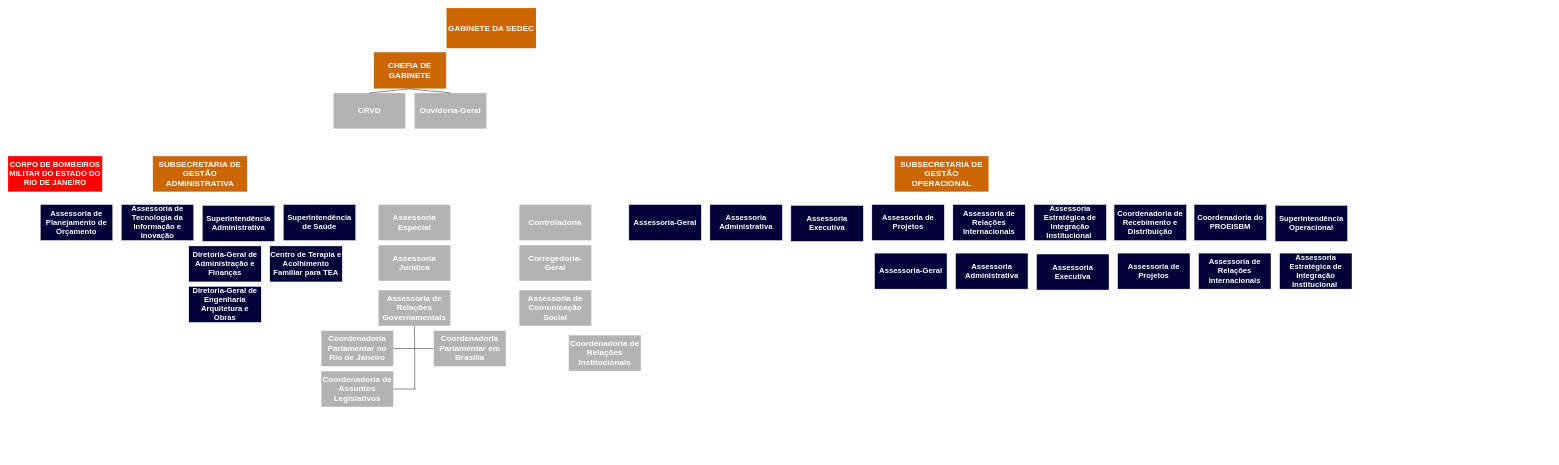
Above: Diagrama sem nome.drawio in davidmsvc/pedal_arte (draw.io), before the change. Source tidied: cells renumbered, new cells numbered last; positions are measured from the earlier drawing's top-left corner, leaving out a move shared by most shapes. Both pictures are drawn from the tidied source at 45%, with x=0, y=0 at pixel (8, 8).
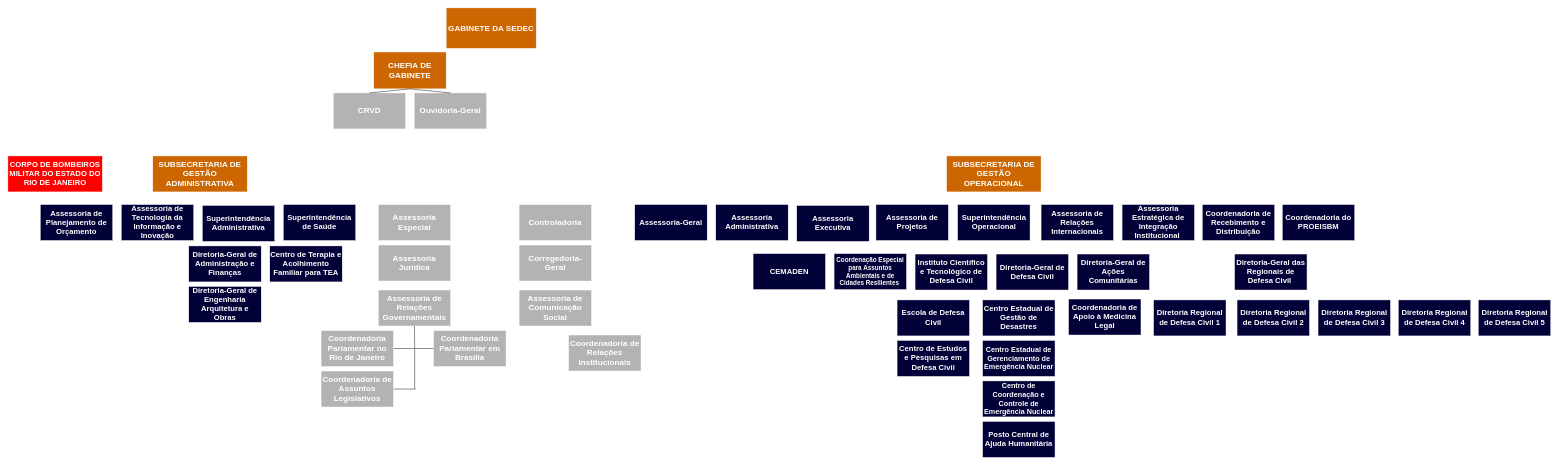
Above is the later version.

Change to the diagram source:
```diff
@@
     <mxCell id="17" value="&lt;font color=&quot;#ffffff&quot;&gt;&lt;span style=&quot;font-size: 18px;&quot;&gt;&lt;b&gt;SUBSECRETARIA DE GESTÃO OPERACIONAL&lt;/b&gt;&lt;/span&gt;&lt;/font&gt;" style="rounded=0;whiteSpace=wrap;html=1;fillColor=#CC6600;strokeColor=#FFFFFF;" parent="1" vertex="1">
-      <mxGeometry x="1970" y="329" width="210" height="80" as="geometry" />
+      <mxGeometry x="2086" y="329" width="210" height="80" as="geometry" />
     </mxCell>
@@
     <mxCell id="32" value="&lt;font style=&quot;font-size: 17px;&quot; color=&quot;#ffffff&quot;&gt;&lt;b style=&quot;&quot;&gt;Assessoria Administrativa&lt;/b&gt;&lt;/font&gt;" style="rounded=0;whiteSpace=wrap;html=1;fillColor=light-dark(#010137, #dadaff);strokeColor=#FFFFFF;" parent="1" vertex="1">
-      <mxGeometry x="1560" y="437" width="161" height="80" as="geometry" />
+      <mxGeometry x="1573" y="437" width="161" height="80" as="geometry" />
     </mxCell>
     <mxCell id="33" value="&lt;font style=&quot;font-size: 17px;&quot; color=&quot;#ffffff&quot;&gt;&lt;b style=&quot;&quot;&gt;Assessoria-Geral&lt;/b&gt;&lt;/font&gt;" style="rounded=0;whiteSpace=wrap;html=1;fillColor=light-dark(#010137,#DADAFF);strokeColor=#FFFFFF;" parent="1" vertex="1">
-      <mxGeometry x="1380" y="437" width="161" height="80" as="geometry" />
+      <mxGeometry x="1393" y="437" width="161" height="80" as="geometry" />
     </mxCell>
     <mxCell id="34" value="&lt;font color=&quot;#ffffff&quot;&gt;&lt;span style=&quot;font-size: 17px;&quot;&gt;&lt;b&gt;Assessoria de Projetos&lt;/b&gt;&lt;/span&gt;&lt;/font&gt;" style="rounded=0;whiteSpace=wrap;html=1;fillColor=light-dark(#010137, #dadaff);strokeColor=#FFFFFF;" parent="1" vertex="1">
-      <mxGeometry x="1920" y="437" width="161" height="80" as="geometry" />
+      <mxGeometry x="1929" y="437" width="161" height="80" as="geometry" />
     </mxCell>
     <mxCell id="35" value="&lt;font color=&quot;#ffffff&quot;&gt;&lt;span style=&quot;font-size: 17px;&quot;&gt;&lt;b&gt;Assessoria de Relações Internacionais&lt;/b&gt;&lt;/span&gt;&lt;/font&gt;" style="rounded=0;whiteSpace=wrap;html=1;fillColor=light-dark(#010137, #dadaff);strokeColor=#FFFFFF;" parent="1" vertex="1">
-      <mxGeometry x="2100" y="437" width="161" height="80" as="geometry" />
+      <mxGeometry x="2296" y="437" width="161" height="80" as="geometry" />
     </mxCell>
     <mxCell id="36" value="&lt;font color=&quot;#ffffff&quot;&gt;&lt;span style=&quot;font-size: 17px;&quot;&gt;&lt;b&gt;Assessoria Estratégica de Integração Institucional&amp;nbsp;&lt;/b&gt;&lt;/span&gt;&lt;/font&gt;" style="rounded=0;whiteSpace=wrap;html=1;fillColor=light-dark(#010137, #dadaff);strokeColor=#FFFFFF;" parent="1" vertex="1">
-      <mxGeometry x="2280" y="437" width="161" height="80" as="geometry" />
+      <mxGeometry x="2476" y="437" width="161" height="80" as="geometry" />
     </mxCell>
     <mxCell id="37" value="&lt;font style=&quot;font-size: 17px;&quot; color=&quot;#ffffff&quot;&gt;&lt;b style=&quot;&quot;&gt;Assessoria Executiva&lt;/b&gt;&lt;/font&gt;" style="rounded=0;whiteSpace=wrap;html=1;fillColor=light-dark(#010137, #dadaff);strokeColor=#FFFFFF;" parent="1" vertex="1">
-      <mxGeometry x="1740" y="439" width="161" height="80" as="geometry" />
+      <mxGeometry x="1753" y="439" width="161" height="80" as="geometry" />
     </mxCell>
     <mxCell id="38" value="&lt;font color=&quot;#ffffff&quot;&gt;&lt;span style=&quot;font-size: 17px;&quot;&gt;&lt;b&gt;Coordenadoria de Recebimento e Distribuição&lt;/b&gt;&lt;/span&gt;&lt;/font&gt;" style="rounded=0;whiteSpace=wrap;html=1;fillColor=light-dark(#010137, #dadaff);strokeColor=#FFFFFF;" parent="1" vertex="1">
-      <mxGeometry x="2458.2" y="437" width="161" height="80" as="geometry" />
+      <mxGeometry x="2654.2" y="437" width="161" height="80" as="geometry" />
     </mxCell>
     <mxCell id="39" value="&lt;font color=&quot;#ffffff&quot;&gt;&lt;span style=&quot;font-size: 17px;&quot;&gt;&lt;b&gt;Coordenadoria do PROEISBM&lt;/b&gt;&lt;/span&gt;&lt;/font&gt;" style="rounded=0;whiteSpace=wrap;html=1;fillColor=light-dark(#010137, #dadaff);strokeColor=#FFFFFF;" parent="1" vertex="1">
-      <mxGeometry x="2636" y="437" width="161" height="80" as="geometry" />
+      <mxGeometry x="2832" y="437" width="161" height="80" as="geometry" />
     </mxCell>
     <mxCell id="40" value="&lt;font color=&quot;#ffffff&quot;&gt;&lt;span style=&quot;font-size: 17px;&quot;&gt;&lt;b&gt;Superintendência Operacional&lt;/b&gt;&lt;/span&gt;&lt;/font&gt;" style="rounded=0;whiteSpace=wrap;html=1;fillColor=light-dark(#010137, #dadaff);strokeColor=#FFFFFF;" parent="1" vertex="1">
-      <mxGeometry x="2816" y="439" width="161" height="80" as="geometry" />
+      <mxGeometry x="2110.5" y="437" width="161" height="80" as="geometry" />
     </mxCell>
-    <mxCell id="41" value="&lt;font style=&quot;font-size: 17px;&quot; color=&quot;#ffffff&quot;&gt;&lt;b style=&quot;&quot;&gt;Assessoria Administrativa&lt;/b&gt;&lt;/font&gt;" style="rounded=0;whiteSpace=wrap;html=1;fillColor=light-dark(#010137, #dadaff);strokeColor=#FFFFFF;" parent="1" vertex="1">
-      <mxGeometry x="2106" y="545" width="161" height="80" as="geometry" />
+    <mxCell id="41" value="&lt;font color=&quot;#ffffff&quot;&gt;&lt;span&gt;&lt;b&gt;Coordenação Especial para Assuntos Ambientais e de Cidades Resilientes&amp;nbsp;&lt;/b&gt;&lt;/span&gt;&lt;/font&gt;" style="rounded=0;whiteSpace=wrap;html=1;fillColor=light-dark(#010137, #dadaff);strokeColor=#FFFFFF;fontSize=14;" parent="1" vertex="1">
+      <mxGeometry x="1836" y="546" width="161" height="80" as="geometry" />
     </mxCell>
-    <mxCell id="42" value="&lt;font style=&quot;font-size: 17px;&quot; color=&quot;#ffffff&quot;&gt;&lt;b style=&quot;&quot;&gt;Assessoria-Geral&lt;/b&gt;&lt;/font&gt;" style="rounded=0;whiteSpace=wrap;html=1;fillColor=light-dark(#010137,#DADAFF);strokeColor=#FFFFFF;" parent="1" vertex="1">
-      <mxGeometry x="1926" y="545" width="161" height="80" as="geometry" />
+    <mxCell id="42" value="&lt;font style=&quot;font-size: 17px;&quot; color=&quot;#ffffff&quot;&gt;&lt;b style=&quot;&quot;&gt;CEMADEN&lt;/b&gt;&lt;/font&gt;" style="rounded=0;whiteSpace=wrap;html=1;fillColor=light-dark(#010137,#DADAFF);strokeColor=#FFFFFF;" parent="1" vertex="1">
+      <mxGeometry x="1656" y="546" width="161" height="80" as="geometry" />
     </mxCell>
-    <mxCell id="43" value="&lt;font color=&quot;#ffffff&quot;&gt;&lt;span style=&quot;font-size: 17px;&quot;&gt;&lt;b&gt;Assessoria de Projetos&lt;/b&gt;&lt;/span&gt;&lt;/font&gt;" style="rounded=0;whiteSpace=wrap;html=1;fillColor=light-dark(#010137, #dadaff);strokeColor=#FFFFFF;" parent="1" vertex="1">
-      <mxGeometry x="2466" y="545" width="161" height="80" as="geometry" />
+    <mxCell id="43" value="&lt;font color=&quot;#ffffff&quot;&gt;&lt;span style=&quot;font-size: 17px;&quot;&gt;&lt;b&gt;Diretoria-Geral de Defesa Civil&lt;/b&gt;&lt;/span&gt;&lt;/font&gt;" style="rounded=0;whiteSpace=wrap;html=1;fillColor=light-dark(#010137, #dadaff);strokeColor=#FFFFFF;" parent="1" vertex="1">
+      <mxGeometry x="2196" y="547" width="161" height="80" as="geometry" />
     </mxCell>
-    <mxCell id="44" value="&lt;font color=&quot;#ffffff&quot;&gt;&lt;span style=&quot;font-size: 17px;&quot;&gt;&lt;b&gt;Assessoria de Relações Internacionais&lt;/b&gt;&lt;/span&gt;&lt;/font&gt;" style="rounded=0;whiteSpace=wrap;html=1;fillColor=light-dark(#010137, #dadaff);strokeColor=#FFFFFF;" parent="1" vertex="1">
-      <mxGeometry x="2646" y="545" width="161" height="80" as="geometry" />
+    <mxCell id="44" value="&lt;font color=&quot;#ffffff&quot;&gt;&lt;span style=&quot;font-size: 17px;&quot;&gt;&lt;b&gt;Diretoria-Geral de Ações Comunitárias&lt;/b&gt;&lt;/span&gt;&lt;/font&gt;" style="rounded=0;whiteSpace=wrap;html=1;fillColor=light-dark(#010137, #dadaff);strokeColor=#FFFFFF;" parent="1" vertex="1">
+      <mxGeometry x="2376" y="547" width="161" height="80" as="geometry" />
     </mxCell>
-    <mxCell id="45" value="&lt;font color=&quot;#ffffff&quot;&gt;&lt;span style=&quot;font-size: 17px;&quot;&gt;&lt;b&gt;Assessoria Estratégica de Integração Institucional&amp;nbsp;&lt;/b&gt;&lt;/span&gt;&lt;/font&gt;" style="rounded=0;whiteSpace=wrap;html=1;fillColor=light-dark(#010137, #dadaff);strokeColor=#FFFFFF;" parent="1" vertex="1">
-      <mxGeometry x="2826" y="545" width="161" height="80" as="geometry" />
+    <mxCell id="45" value="&lt;font color=&quot;#ffffff&quot;&gt;&lt;span style=&quot;font-size: 17px;&quot;&gt;&lt;b&gt;Diretoria-Geral das Regionais de Defesa Civil&amp;nbsp;&lt;/b&gt;&lt;/span&gt;&lt;/font&gt;" style="rounded=0;whiteSpace=wrap;html=1;fillColor=light-dark(#010137, #dadaff);strokeColor=#FFFFFF;" parent="1" vertex="1">
+      <mxGeometry x="2726" y="547" width="161" height="80" as="geometry" />
     </mxCell>
-    <mxCell id="46" value="&lt;font style=&quot;font-size: 17px;&quot; color=&quot;#ffffff&quot;&gt;&lt;b style=&quot;&quot;&gt;Assessoria Executiva&lt;/b&gt;&lt;/font&gt;" style="rounded=0;whiteSpace=wrap;html=1;fillColor=light-dark(#010137, #dadaff);strokeColor=#FFFFFF;" parent="1" vertex="1">
-      <mxGeometry x="2286" y="547" width="161" height="80" as="geometry" />
+    <mxCell id="46" value="&lt;font style=&quot;font-size: 17px;&quot; color=&quot;#ffffff&quot;&gt;&lt;b style=&quot;&quot;&gt;Instituto Científico e Tecnológico de Defesa Civil&lt;/b&gt;&lt;/font&gt;" style="rounded=0;whiteSpace=wrap;html=1;fillColor=light-dark(#010137, #dadaff);strokeColor=#FFFFFF;" parent="1" vertex="1">
+      <mxGeometry x="2016" y="547" width="161" height="80" as="geometry" />
     </mxCell>
+    <mxCell id="47" value="&lt;font style=&quot;font-size: 17px;&quot; color=&quot;#ffffff&quot;&gt;&lt;b style=&quot;&quot;&gt;Escola de Defesa Civil&lt;/b&gt;&lt;/font&gt;" style="rounded=0;whiteSpace=wrap;html=1;fillColor=light-dark(#010137,#DADAFF);strokeColor=#FFFFFF;" parent="1" vertex="1">
+      <mxGeometry x="1976" y="649" width="161" height="80" as="geometry" />
+    </mxCell>
+    <mxCell id="48" value="&lt;font style=&quot;font-size: 17px;&quot; color=&quot;#ffffff&quot;&gt;&lt;b style=&quot;&quot;&gt;Centro de Estudos e Pesquisas em Defesa Civil&lt;/b&gt;&lt;/font&gt;" style="rounded=0;whiteSpace=wrap;html=1;fillColor=light-dark(#010137,#DADAFF);strokeColor=#FFFFFF;" parent="1" vertex="1">
+      <mxGeometry x="1976" y="739" width="161" height="80" as="geometry" />
+    </mxCell>
+    <mxCell id="49" value="&lt;font style=&quot;font-size: 17px;&quot; color=&quot;#ffffff&quot;&gt;&lt;b style=&quot;&quot;&gt;Centro Estadual de Gestão de Desastres&lt;/b&gt;&lt;/font&gt;" style="rounded=0;whiteSpace=wrap;html=1;fillColor=light-dark(#010137,#DADAFF);strokeColor=#FFFFFF;" parent="1" vertex="1">
+      <mxGeometry x="2166" y="649" width="161" height="80" as="geometry" />
+    </mxCell>
+    <mxCell id="50" value="&lt;font color=&quot;#ffffff&quot;&gt;&lt;b&gt;Centro Estadual de Gerenciamento de Emergência Nuclear&lt;/b&gt;&lt;/font&gt;" style="rounded=0;whiteSpace=wrap;html=1;fillColor=light-dark(#010137,#DADAFF);strokeColor=#FFFFFF;fontSize=16;" parent="1" vertex="1">
+      <mxGeometry x="2166" y="739" width="161" height="80" as="geometry" />
+    </mxCell>
+    <mxCell id="51" value="&lt;font color=&quot;#ffffff&quot;&gt;&lt;b&gt;Centro de Coordenação e Controle de Emergência Nuclear&lt;/b&gt;&lt;/font&gt;" style="rounded=0;whiteSpace=wrap;html=1;fillColor=light-dark(#010137,#DADAFF);strokeColor=#FFFFFF;fontSize=16;" parent="1" vertex="1">
+      <mxGeometry x="2166" y="829" width="161" height="80" as="geometry" />
+    </mxCell>
+    <mxCell id="52" value="&lt;font style=&quot;font-size: 17px;&quot; color=&quot;#ffffff&quot;&gt;&lt;b style=&quot;&quot;&gt;Posto Central de Ajuda Humanitária&lt;/b&gt;&lt;/font&gt;" style="rounded=0;whiteSpace=wrap;html=1;fillColor=light-dark(#010137,#DADAFF);strokeColor=#FFFFFF;" parent="1" vertex="1">
+      <mxGeometry x="2166" y="919" width="161" height="80" as="geometry" />
+    </mxCell>
+    <mxCell id="53" value="&lt;font style=&quot;font-size: 17px;&quot; color=&quot;#ffffff&quot;&gt;&lt;b style=&quot;&quot;&gt;Coordenadoria de Apoio à Medicina Legal&lt;/b&gt;&lt;/font&gt;" style="rounded=0;whiteSpace=wrap;html=1;fillColor=light-dark(#010137,#DADAFF);strokeColor=#FFFFFF;" parent="1" vertex="1">
+      <mxGeometry x="2357" y="647" width="161" height="80" as="geometry" />
+    </mxCell>
+    <mxCell id="54" value="&lt;b style=&quot;color: rgb(255, 255, 255); font-size: 17px;&quot;&gt;Diretoria Regional de Defesa Civil 2&lt;/b&gt;" style="rounded=0;whiteSpace=wrap;html=1;fillColor=light-dark(#010137, #dadaff);strokeColor=#FFFFFF;" parent="1" vertex="1">
+      <mxGeometry x="2731.5" y="649" width="161" height="80" as="geometry" />
+    </mxCell>
+    <mxCell id="55" value="&lt;b style=&quot;color: rgb(255, 255, 255); font-size: 17px;&quot;&gt;Diretoria Regional de Defesa Civil 3&lt;/b&gt;" style="rounded=0;whiteSpace=wrap;html=1;fillColor=light-dark(#010137, #dadaff);strokeColor=#FFFFFF;" parent="1" vertex="1">
+      <mxGeometry x="2911.5" y="649" width="161" height="80" as="geometry" />
+    </mxCell>
+    <mxCell id="56" value="&lt;b style=&quot;color: rgb(255, 255, 255); font-size: 17px;&quot;&gt;Diretoria Regional de Defesa Civil 4&lt;/b&gt;" style="rounded=0;whiteSpace=wrap;html=1;fillColor=light-dark(#010137, #dadaff);strokeColor=#FFFFFF;" parent="1" vertex="1">
+      <mxGeometry x="3089.8" y="649" width="161" height="80" as="geometry" />
+    </mxCell>
+    <mxCell id="57" value="&lt;b style=&quot;color: rgb(255, 255, 255); font-size: 17px;&quot;&gt;Diretoria Regional de Defesa Civil 5&lt;/b&gt;" style="rounded=0;whiteSpace=wrap;html=1;fillColor=light-dark(#010137, #dadaff);strokeColor=#FFFFFF;" parent="1" vertex="1">
+      <mxGeometry x="3267.5" y="649" width="161" height="80" as="geometry" />
+    </mxCell>
+    <mxCell id="58" value="&lt;font color=&quot;#ffffff&quot;&gt;&lt;span style=&quot;font-size: 17px;&quot;&gt;&lt;b&gt;Diretoria Regional de Defesa Civil 1&lt;/b&gt;&lt;/span&gt;&lt;/font&gt;" style="rounded=0;whiteSpace=wrap;html=1;fillColor=light-dark(#010137, #dadaff);strokeColor=#FFFFFF;" parent="1" vertex="1">
+      <mxGeometry x="2546" y="649" width="161" height="80" as="geometry" />
+    </mxCell>
```
